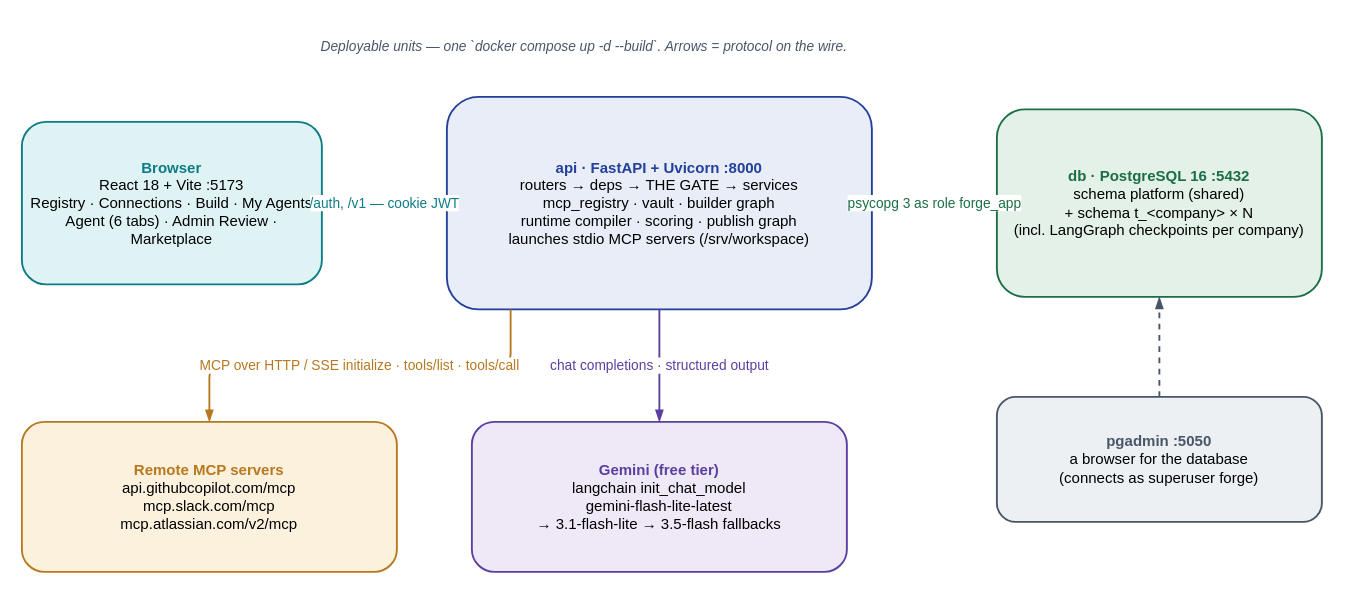
Earlier version of the draw.io diagram page "1 · Containers" (1 of 7) of docs/architecture.drawio (Shivanilarokar/AgentPlatformCapstone). Source tidied: cells renumbered, new cells numbered last; positions are measured from the earlier drawing's top-left corner, leaving out a move shared by most shapes. Both pictures are drawn from the tidied source at 125%, with x=0, y=0 at pixel (21, 21).
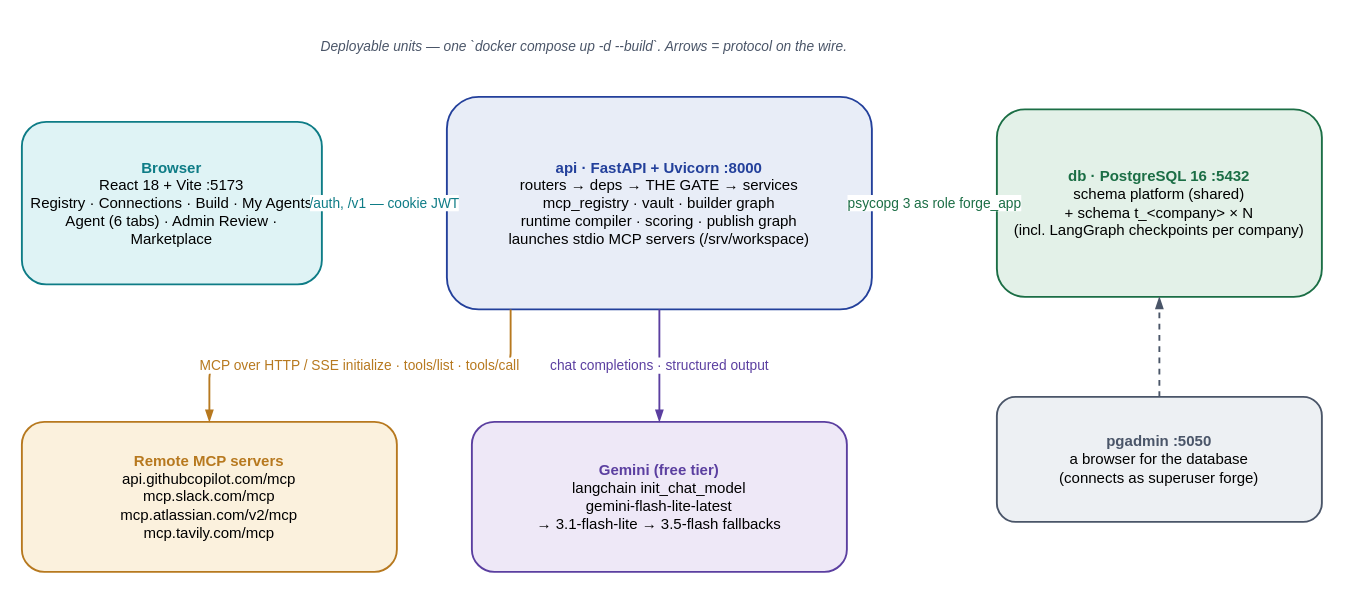
The same page after the edit.

Commit message (it also covers changes not shown here):
Add Tavily to the MCP registry quick-picks

What changed in the source:
```diff
@@
 <mxGraphModel>
   <root>
     <mxCell id="0" />
     <mxCell id="1" parent="0" />
     <mxCell id="2" value="Deployable units — one `docker compose up -d --build`. Arrows = protocol on the wire." style="text;html=1;align=center;verticalAlign=middle;fontSize=11;fontStyle=2;fontColor=#4A5568;whiteSpace=wrap;" parent="1" vertex="1">
       <mxGeometry width="900" height="40" as="geometry" />
     </mxCell>
     <mxCell id="3" value="&lt;b&gt;&lt;font color='#0E7C86'&gt;Browser&lt;/font&gt;&lt;/b&gt;&lt;br&gt;React 18 + Vite  :5173&lt;br&gt;Registry · Connections · Build · My Agents&lt;br&gt;Agent (6 tabs) · Admin Review · Marketplace" style="rounded=1;whiteSpace=wrap;html=1;fillColor=#DFF3F5;strokeColor=#0E7C86;strokeWidth=1.5;fontSize=12;fontFamily=Helvetica;align=center;verticalAlign=middle;spacing=6;" parent="1" vertex="1">
       <mxGeometry y="80" width="240" height="130" as="geometry" />
     </mxCell>
     <mxCell id="4" value="&lt;b&gt;&lt;font color='#23409B'&gt;api · FastAPI + Uvicorn :8000&lt;/font&gt;&lt;/b&gt;&lt;br&gt;routers → deps → THE GATE → services&lt;br&gt;mcp_registry · vault · builder graph&lt;br&gt;runtime compiler · scoring · publish graph&lt;br&gt;launches stdio MCP servers (/srv/workspace)" style="rounded=1;whiteSpace=wrap;html=1;fillColor=#E8EDF7;strokeColor=#23409B;strokeWidth=1.5;fontSize=12;fontFamily=Helvetica;align=center;verticalAlign=middle;spacing=6;" parent="1" vertex="1">
       <mxGeometry x="340" y="60" width="340" height="170" as="geometry" />
     </mxCell>
     <mxCell id="5" value="&lt;b&gt;&lt;font color='#1B6E45'&gt;db · PostgreSQL 16 :5432&lt;/font&gt;&lt;/b&gt;&lt;br&gt;schema platform (shared)&lt;br&gt;+ schema t_&amp;lt;company&amp;gt; × N&lt;br&gt;(incl. LangGraph checkpoints per company)" style="rounded=1;whiteSpace=wrap;html=1;fillColor=#E3F1E8;strokeColor=#1B6E45;strokeWidth=1.5;fontSize=12;fontFamily=Helvetica;align=center;verticalAlign=middle;spacing=6;" parent="1" vertex="1">
       <mxGeometry x="780" y="70" width="260" height="150" as="geometry" />
     </mxCell>
     <mxCell id="6" value="&lt;b&gt;&lt;font color='#4A5568'&gt;pgadmin :5050&lt;/font&gt;&lt;/b&gt;&lt;br&gt;a browser for the database&lt;br&gt;(connects as superuser forge)" style="rounded=1;whiteSpace=wrap;html=1;fillColor=#EDF0F3;strokeColor=#4A5568;strokeWidth=1.5;fontSize=12;fontFamily=Helvetica;align=center;verticalAlign=middle;spacing=6;" parent="1" vertex="1">
       <mxGeometry x="780" y="300" width="260" height="100" as="geometry" />
     </mxCell>
-    <mxCell id="7" value="&lt;b&gt;&lt;font color='#B7791F'&gt;Remote MCP servers&lt;/font&gt;&lt;/b&gt;&lt;br&gt;api.githubcopilot.com/mcp&lt;br&gt;mcp.slack.com/mcp&lt;br&gt;mcp.atlassian.com/v2/mcp" style="rounded=1;whiteSpace=wrap;html=1;fillColor=#FBF1DD;strokeColor=#B7791F;strokeWidth=1.5;fontSize=12;fontFamily=Helvetica;align=center;verticalAlign=middle;spacing=6;" parent="1" vertex="1">
+    <mxCell id="7" value="&lt;b&gt;&lt;font color='#B7791F'&gt;Remote MCP servers&lt;/font&gt;&lt;/b&gt;&lt;br&gt;api.githubcopilot.com/mcp&lt;br&gt;mcp.slack.com/mcp&lt;br&gt;mcp.atlassian.com/v2/mcp&lt;br&gt;mcp.tavily.com/mcp" style="rounded=1;whiteSpace=wrap;html=1;fillColor=#FBF1DD;strokeColor=#B7791F;strokeWidth=1.5;fontSize=12;fontFamily=Helvetica;align=center;verticalAlign=middle;spacing=6;" parent="1" vertex="1">
       <mxGeometry y="320" width="300" height="120" as="geometry" />
     </mxCell>
     <mxCell id="8" value="&lt;b&gt;&lt;font color='#5B3FA0'&gt;Gemini (free tier)&lt;/font&gt;&lt;/b&gt;&lt;br&gt;langchain init_chat_model&lt;br&gt;gemini-flash-lite-latest&lt;br&gt;→ 3.1-flash-lite → 3.5-flash fallbacks" style="rounded=1;whiteSpace=wrap;html=1;fillColor=#EEE8F7;strokeColor=#5B3FA0;strokeWidth=1.5;fontSize=12;fontFamily=Helvetica;align=center;verticalAlign=middle;spacing=6;" parent="1" vertex="1">
       <mxGeometry x="360" y="320" width="300" height="120" as="geometry" />
     </mxCell>
     <mxCell id="9" value="/auth, /v1 — cookie JWT" style="edgeStyle=orthogonalEdgeStyle;rounded=1;html=1;strokeColor=#0E7C86;strokeWidth=1.5;fontSize=11;fontColor=#0E7C86;endArrow=blockThin;endFill=1;" parent="1" edge="1" source="3" target="4">
       <mxGeometry relative="1" as="geometry" />
     </mxCell>
     <mxCell id="10" value="psycopg 3 as role forge_app" style="edgeStyle=orthogonalEdgeStyle;rounded=1;html=1;strokeColor=#1B6E45;strokeWidth=1.5;fontSize=11;fontColor=#1B6E45;endArrow=blockThin;endFill=1;" parent="1" edge="1" source="4" target="5">
       <mxGeometry relative="1" as="geometry" />
     </mxCell>
     <mxCell id="11" style="edgeStyle=orthogonalEdgeStyle;rounded=1;html=1;strokeColor=#4A5568;strokeWidth=1.5;fontSize=11;fontColor=#4A5568;endArrow=blockThin;endFill=1;dashed=1;" parent="1" edge="1" source="6" target="5">
       <mxGeometry relative="1" as="geometry" />
     </mxCell>
     <mxCell id="12" value="MCP over HTTP / SSE initialize · tools/list · tools/call" style="edgeStyle=orthogonalEdgeStyle;rounded=1;html=1;strokeColor=#B7791F;strokeWidth=1.5;fontSize=11;fontColor=#B7791F;endArrow=blockThin;endFill=1;exitX=0.15;exitY=1;exitDx=0;exitDy=0;entryX=0.5;entryY=0;entryDx=0;entryDy=0;" parent="1" edge="1" source="4" target="7">
       <mxGeometry relative="1" as="geometry" />
     </mxCell>
     <mxCell id="13" value="chat completions · structured output" style="edgeStyle=orthogonalEdgeStyle;rounded=1;html=1;strokeColor=#5B3FA0;strokeWidth=1.5;fontSize=11;fontColor=#5B3FA0;endArrow=blockThin;endFill=1;exitX=0.5;exitY=1;exitDx=0;exitDy=0;entryX=0.5;entryY=0;entryDx=0;entryDy=0;" parent="1" edge="1" source="4" target="8">
       <mxGeometry relative="1" as="geometry" />
     </mxCell>
   </root>
 </mxGraphModel>
```
